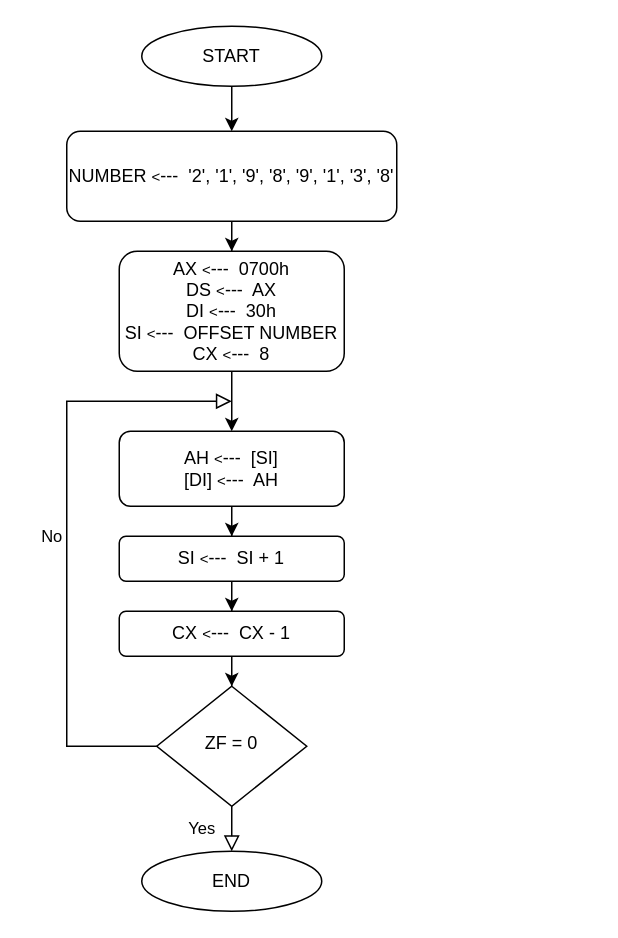
This is micro2.drawio from mmuurraatt/My-Projects-On-Github, a draw.io file, before an edit. Source tidied: cells renumbered, new cells numbered last; positions are measured from the earlier drawing's top-left corner, leaving out a move shared by most shapes. Both pictures are drawn from the tidied source at 150%, with x=0, y=0 at pixel (66, 26).
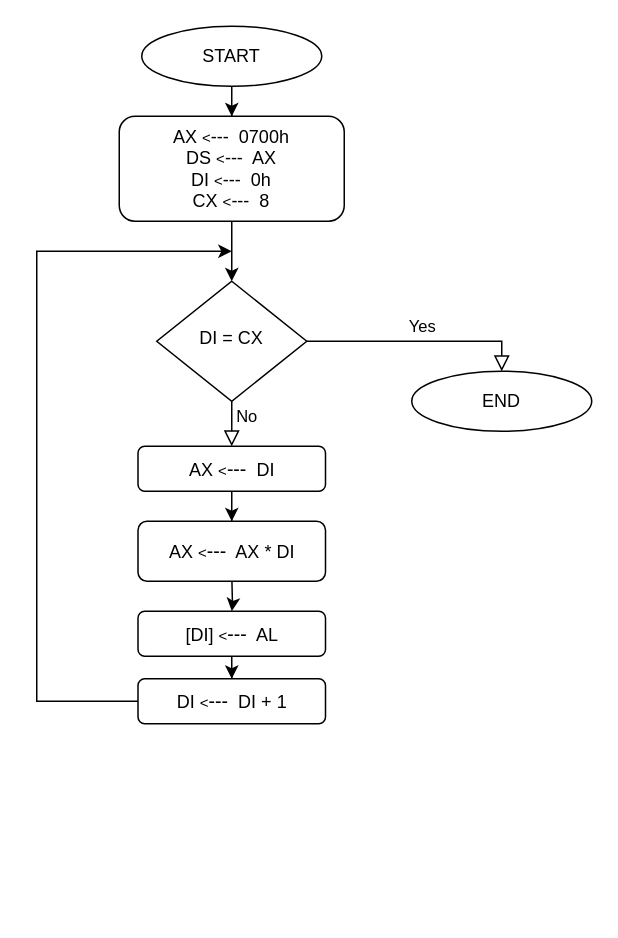
The same diagram, later.

Unchanged cells that the change refers to:
```xml
<mxCell id="8" value="START" style="ellipse;whiteSpace=wrap;html=1;" parent="1" vertex="1">
  <mxGeometry x="50" width="120" height="40" as="geometry" />
</mxCell>
```

What changed in the source:
```diff
@@
-    <mxCell id="2" style="edgeStyle=orthogonalEdgeStyle;rounded=0;jettySize=auto;html=1;fontSize=12;" parent="1" edge="1" source="3" target="13">
-      <mxGeometry relative="1" as="geometry" />
-    </mxCell>
+    <mxCell id="19" style="edgeStyle=orthogonalEdgeStyle;rounded=0;jettySize=auto;html=1;" parent="1" edge="1" source="3">
+      <mxGeometry relative="1" as="geometry">
+        <mxPoint x="110" y="170" as="targetPoint" />
+      </mxGeometry>
+    </mxCell>
-    <mxCell id="3" value="AX &lt;font size=&quot;1&quot;&gt;&amp;lt;&lt;/font&gt;---&amp;nbsp; 0700h&lt;br&gt;DS&amp;nbsp;&lt;font style=&quot;font-size: 10px&quot;&gt;&amp;lt;&lt;/font&gt;&lt;font style=&quot;font-size: 12px&quot;&gt;---&lt;/font&gt;&amp;nbsp; AX&lt;br&gt;DI&amp;nbsp;&lt;font size=&quot;1&quot;&gt;&amp;lt;&lt;/font&gt;---&amp;nbsp; 30h&lt;br&gt;SI&amp;nbsp;&lt;font size=&quot;1&quot;&gt;&amp;lt;&lt;/font&gt;---&amp;nbsp; OFFSET NUMBER&lt;br&gt;CX&amp;nbsp;&lt;font size=&quot;1&quot;&gt;&amp;lt;&lt;/font&gt;---&amp;nbsp; 8" style="rounded=1;whiteSpace=wrap;html=1;fontSize=12;glass=0;strokeWidth=1;shadow=0;" parent="1" vertex="1">
-      <mxGeometry x="35" y="150" width="150" height="80" as="geometry" />
+    <mxCell id="3" value="AX &lt;font size=&quot;1&quot;&gt;&amp;lt;&lt;/font&gt;---&amp;nbsp; 0700h&lt;br&gt;DS&amp;nbsp;&lt;font style=&quot;font-size: 10px&quot;&gt;&amp;lt;&lt;/font&gt;&lt;font style=&quot;font-size: 12px&quot;&gt;---&lt;/font&gt;&amp;nbsp; AX&lt;br&gt;DI&amp;nbsp;&lt;font size=&quot;1&quot;&gt;&amp;lt;&lt;/font&gt;---&amp;nbsp; 0h&lt;br&gt;CX&amp;nbsp;&lt;font size=&quot;1&quot;&gt;&amp;lt;&lt;/font&gt;---&amp;nbsp; 8" style="rounded=1;whiteSpace=wrap;html=1;fontSize=12;glass=0;strokeWidth=1;shadow=0;" parent="1" vertex="1">
+      <mxGeometry x="35" y="60" width="150" height="70" as="geometry" />
     </mxCell>
-    <mxCell id="4" value="Yes" style="rounded=0;html=1;jettySize=auto;fontSize=11;endArrow=block;endFill=0;endSize=8;strokeWidth=1;shadow=0;labelBackgroundColor=none;edgeStyle=orthogonalEdgeStyle;entryX=0.5;entryY=0;entryDx=0;entryDy=0;" parent="1" edge="1" source="6" target="18">
-      <mxGeometry y="20" relative="1" as="geometry" />
-    </mxCell>
-    <mxCell id="5" value="No" style="edgeStyle=orthogonalEdgeStyle;rounded=0;html=1;jettySize=auto;fontSize=11;endArrow=block;endFill=0;endSize=8;strokeWidth=1;shadow=0;labelBackgroundColor=none;" parent="1" edge="1" source="6">
-      <mxGeometry y="10" relative="1" as="geometry">
-        <mxPoint x="110" y="250" as="targetPoint" />
-        <Array as="points">
-          <mxPoint y="480" />
-          <mxPoint y="250" />
-        </Array>
-      </mxGeometry>
-    </mxCell>
-    <mxCell id="6" value="ZF = 0" style="rhombus;whiteSpace=wrap;html=1;shadow=0;fontFamily=Helvetica;fontSize=12;align=center;strokeWidth=1;spacing=6;spacingTop=-4;" parent="1" vertex="1">
-      <mxGeometry x="60" y="440" width="100" height="80" as="geometry" />
-    </mxCell>
-    <mxCell id="7" style="edgeStyle=orthogonalEdgeStyle;rounded=0;jettySize=auto;html=1;entryX=0.5;entryY=0;entryDx=0;entryDy=0;" parent="1" edge="1" source="8" target="11">
-      <mxGeometry relative="1" as="geometry" />
-    </mxCell>
+    <mxCell id="20" style="edgeStyle=orthogonalEdgeStyle;rounded=0;jettySize=auto;html=1;" parent="1" edge="1" source="8" target="3">
+      <mxGeometry relative="1" as="geometry" />
+    </mxCell>
@@
-    <mxCell id="10" style="edgeStyle=orthogonalEdgeStyle;rounded=0;jettySize=auto;html=1;entryX=0.5;entryY=0;entryDx=0;entryDy=0;fontSize=9;" parent="1" edge="1" source="11" target="3">
-      <mxGeometry relative="1" as="geometry" />
-    </mxCell>
-    <mxCell id="11" value="NUMBER&amp;nbsp;&lt;font size=&quot;1&quot;&gt;&amp;lt;&lt;/font&gt;---&amp;nbsp; '2', '1', '9', '8', '9', '1', '3', '8'&lt;br&gt;" style="rounded=1;whiteSpace=wrap;html=1;fontSize=12;glass=0;strokeWidth=1;shadow=0;" parent="1" vertex="1">
-      <mxGeometry y="70" width="220" height="60" as="geometry" />
-    </mxCell>
-    <mxCell id="12" style="edgeStyle=orthogonalEdgeStyle;rounded=0;jettySize=auto;html=1;fontSize=12;" parent="1" edge="1" source="13" target="17">
+    <mxCell id="12" style="edgeStyle=orthogonalEdgeStyle;rounded=0;jettySize=auto;html=1;" parent="1" edge="1" source="13" target="17">
       <mxGeometry relative="1" as="geometry" />
     </mxCell>
-    <mxCell id="13" value="AH&amp;nbsp;&lt;font size=&quot;1&quot;&gt;&amp;lt;&lt;/font&gt;---&amp;nbsp; [SI]&lt;br&gt;[DI]&amp;nbsp;&lt;font style=&quot;font-size: 10px&quot;&gt;&amp;lt;&lt;/font&gt;&lt;font style=&quot;font-size: 12px&quot;&gt;---&lt;/font&gt;&amp;nbsp; AH&lt;br&gt;" style="rounded=1;whiteSpace=wrap;html=1;fontSize=12;glass=0;strokeWidth=1;shadow=0;" parent="1" vertex="1">
-      <mxGeometry x="35" y="270" width="150" height="50" as="geometry" />
+    <mxCell id="13" value="AX&amp;nbsp;&lt;font style=&quot;font-size: 10px&quot;&gt;&amp;lt;&lt;/font&gt;&lt;font style=&quot;font-size: 13px&quot;&gt;---&lt;/font&gt;&amp;nbsp; DI" style="rounded=1;whiteSpace=wrap;html=1;fontSize=12;glass=0;strokeWidth=1;shadow=0;" parent="1" vertex="1">
+      <mxGeometry x="47.5" y="280" width="125" height="30" as="geometry" />
     </mxCell>
-    <mxCell id="14" style="edgeStyle=orthogonalEdgeStyle;rounded=0;jettySize=auto;html=1;fontSize=12;entryX=0.5;entryY=0;entryDx=0;entryDy=0;" parent="1" edge="1" source="15" target="6">
-      <mxGeometry relative="1" as="geometry" />
-    </mxCell>
+    <mxCell id="21" style="edgeStyle=orthogonalEdgeStyle;rounded=0;jettySize=auto;html=1;" parent="1" edge="1" source="15" target="24">
+      <mxGeometry relative="1" as="geometry" />
+    </mxCell>
-    <mxCell id="15" value="CX&amp;nbsp;&lt;font size=&quot;1&quot;&gt;&amp;lt;&lt;/font&gt;---&amp;nbsp; CX - 1" style="rounded=1;whiteSpace=wrap;html=1;fontSize=12;glass=0;strokeWidth=1;shadow=0;" parent="1" vertex="1">
-      <mxGeometry x="35" y="390" width="150" height="30" as="geometry" />
+    <mxCell id="15" value="[DI]&amp;nbsp;&lt;font style=&quot;font-size: 10px&quot;&gt;&amp;lt;&lt;/font&gt;&lt;font style=&quot;font-size: 13px&quot;&gt;---&lt;/font&gt;&amp;nbsp; AL" style="rounded=1;whiteSpace=wrap;html=1;fontSize=12;glass=0;strokeWidth=1;shadow=0;" parent="1" vertex="1">
+      <mxGeometry x="47.5" y="390" width="125" height="30" as="geometry" />
     </mxCell>
-    <mxCell id="16" style="edgeStyle=orthogonalEdgeStyle;rounded=0;jettySize=auto;html=1;fontSize=12;" parent="1" edge="1" source="17" target="15">
-      <mxGeometry relative="1" as="geometry" />
+    <mxCell id="16" style="edgeStyle=orthogonalEdgeStyle;rounded=0;jettySize=auto;html=1;fontSize=12;" parent="1" edge="1" target="15">
+      <mxGeometry relative="1" as="geometry">
+        <mxPoint x="110" y="365" as="sourcePoint" />
+      </mxGeometry>
     </mxCell>
-    <mxCell id="17" value="SI&amp;nbsp;&lt;font size=&quot;1&quot;&gt;&amp;lt;&lt;/font&gt;---&amp;nbsp; SI + 1" style="rounded=1;whiteSpace=wrap;html=1;fontSize=12;glass=0;strokeWidth=1;shadow=0;" parent="1" vertex="1">
-      <mxGeometry x="35" y="340" width="150" height="30" as="geometry" />
+    <mxCell id="17" value="AX&amp;nbsp;&lt;font style=&quot;font-size: 10px&quot;&gt;&amp;lt;&lt;/font&gt;&lt;font style=&quot;font-size: 13px&quot;&gt;---&lt;/font&gt;&amp;nbsp; AX * DI" style="rounded=1;whiteSpace=wrap;html=1;fontSize=12;glass=0;strokeWidth=1;shadow=0;" parent="1" vertex="1">
+      <mxGeometry x="47.5" y="330" width="125" height="40" as="geometry" />
     </mxCell>
     <mxCell id="18" value="END" style="ellipse;whiteSpace=wrap;html=1;" parent="1" vertex="1">
-      <mxGeometry x="50" y="550" width="120" height="40" as="geometry" />
+      <mxGeometry x="230" y="230" width="120" height="40" as="geometry" />
     </mxCell>
+    <mxCell id="22" value="DI = CX" style="rhombus;whiteSpace=wrap;html=1;shadow=0;fontFamily=Helvetica;fontSize=12;align=center;strokeWidth=1;spacing=6;spacingTop=-4;" parent="1" vertex="1">
+      <mxGeometry x="60" y="170" width="100" height="80" as="geometry" />
+    </mxCell>
+    <mxCell id="5" value="No" style="edgeStyle=orthogonalEdgeStyle;rounded=0;html=1;jettySize=auto;fontSize=11;endArrow=block;endFill=0;endSize=8;strokeWidth=1;shadow=0;labelBackgroundColor=none;entryX=0.5;entryY=0;entryDx=0;entryDy=0;" parent="1" edge="1" source="22" target="13">
+      <mxGeometry x="0.2" y="10" relative="1" as="geometry" />
+    </mxCell>
+    <mxCell id="4" value="Yes" style="rounded=0;html=1;jettySize=auto;fontSize=11;endArrow=block;endFill=0;endSize=8;strokeWidth=1;shadow=0;labelBackgroundColor=none;edgeStyle=orthogonalEdgeStyle;exitX=1;exitY=0.5;exitDx=0;exitDy=0;entryX=0.5;entryY=0;entryDx=0;entryDy=0;" parent="1" edge="1" source="22" target="18">
+      <mxGeometry x="0.02" y="10" relative="1" as="geometry">
+        <Array as="points">
+          <mxPoint x="290" y="210" />
+        </Array>
+      </mxGeometry>
+    </mxCell>
+    <mxCell id="23" style="edgeStyle=orthogonalEdgeStyle;rounded=0;jettySize=auto;html=1;" parent="1" edge="1" source="24">
+      <mxGeometry relative="1" as="geometry">
+        <mxPoint x="110" y="150" as="targetPoint" />
+        <Array as="points">
+          <mxPoint x="-20" y="450" />
+          <mxPoint x="-20" y="150" />
+        </Array>
+      </mxGeometry>
+    </mxCell>
+    <mxCell id="24" value="DI&amp;nbsp;&lt;font size=&quot;1&quot;&gt;&amp;lt;&lt;/font&gt;&lt;font style=&quot;font-size: 13px&quot;&gt;---&lt;/font&gt;&amp;nbsp; DI + 1" style="rounded=1;whiteSpace=wrap;html=1;fontSize=12;glass=0;strokeWidth=1;shadow=0;" parent="1" vertex="1">
+      <mxGeometry x="47.5" y="435" width="125" height="30" as="geometry" />
+    </mxCell>
```
